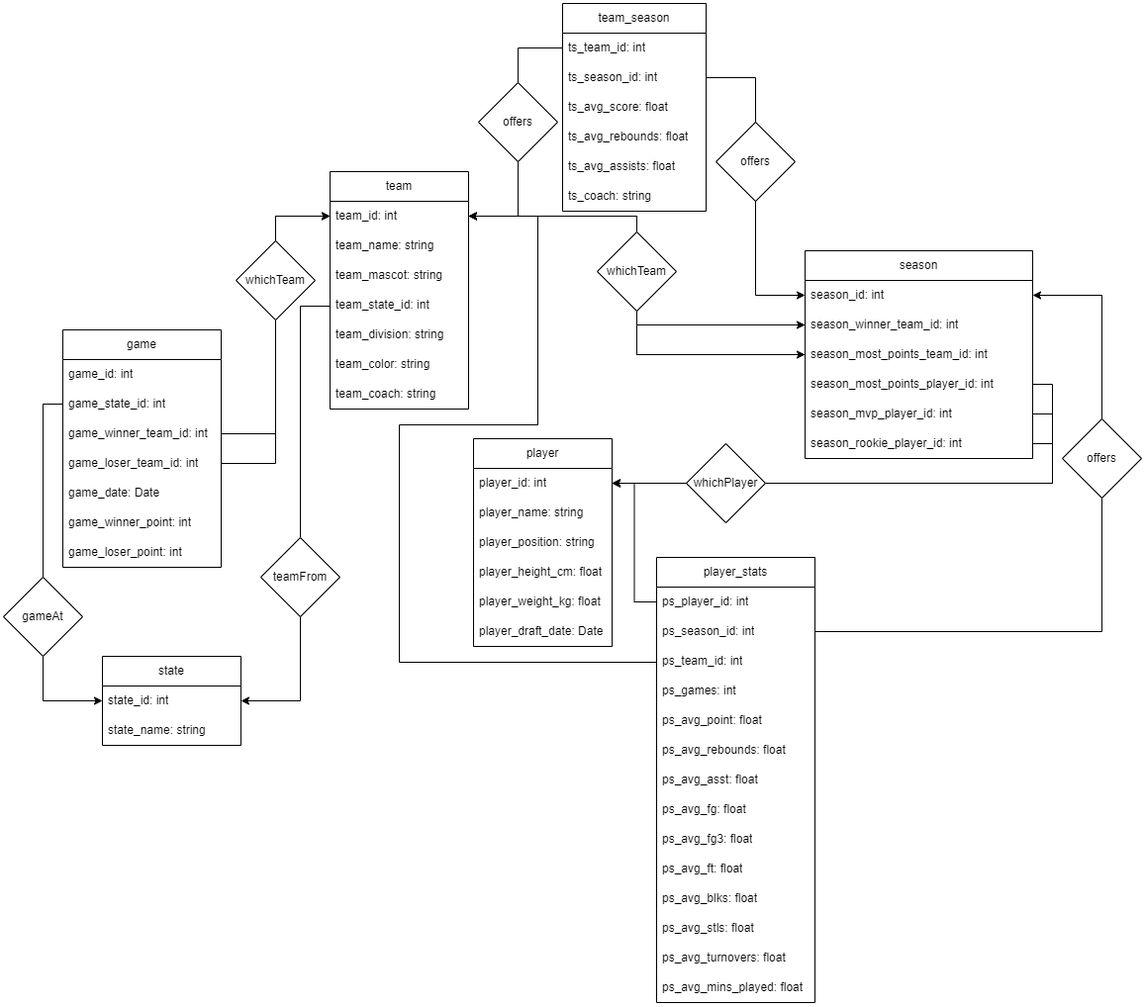
Fin-NewWin/cse111-project keeps this draw.io diagram as er_diagram.drawio.png. Above is the earlier version. Source tidied: cells renumbered, new cells last; positions are measured from the earlier drawing's top-left corner, leaving out a move shared by most shapes.
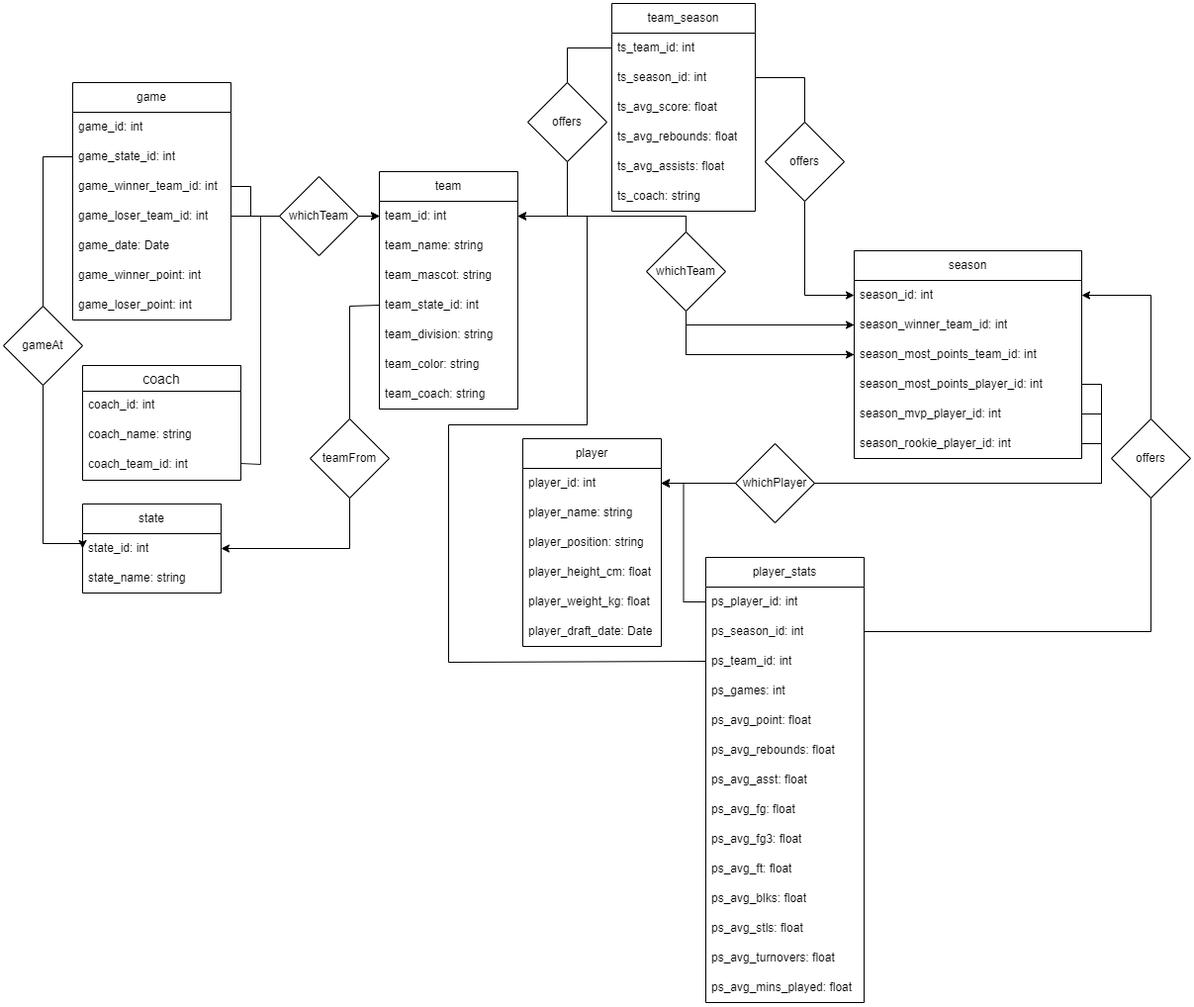
Above is the later version.

Change to the diagram source:
```diff
@@ -48,7 +48,7 @@
       <mxGeometry y="180" width="140" height="30" as="geometry" />
     </mxCell>
     <mxCell id="17" value="game" style="swimlane;fontStyle=0;horizontal=1;startSize=30;whiteSpace=wrap;html=1;" parent="1" vertex="1">
-      <mxGeometry x="60" y="330" width="160" height="240" as="geometry" />
+      <mxGeometry x="20" y="80" width="160" height="240" as="geometry" />
     </mxCell>
     <mxCell id="18" value="game_id: int" style="text;strokeColor=none;fillColor=none;align=left;verticalAlign=middle;spacingLeft=4;spacingRight=4;overflow=hidden;whiteSpace=wrap;html=1;" parent="17" vertex="1">
       <mxGeometry y="30" width="160" height="30" as="geometry" />
@@ -72,7 +72,12 @@
       <mxGeometry y="210" width="160" height="30" as="geometry" />
     </mxCell>
     <mxCell id="25" style="edgeStyle=orthogonalEdgeStyle;rounded=0;jettySize=auto;html=1;exitX=1;exitY=0.5;exitDx=0;exitDy=0;entryX=0;entryY=0.5;entryDx=0;entryDy=0;" parent="1" edge="1" source="20" target="3">
-      <mxGeometry relative="1" as="geometry" />
+      <mxGeometry relative="1" as="geometry">
+        <Array as="points">
+          <mxPoint x="200" y="185" />
+          <mxPoint x="200" y="215" />
+        </Array>
+      </mxGeometry>
     </mxCell>
     <mxCell id="26" style="edgeStyle=orthogonalEdgeStyle;rounded=0;jettySize=auto;html=1;exitX=1;exitY=0.5;exitDx=0;exitDy=0;entryX=0;entryY=0.5;entryDx=0;entryDy=0;" parent="1" edge="1" source="21" target="3">
       <mxGeometry relative="1" as="geometry" />
@@ -147,7 +152,7 @@
       <mxGeometry relative="1" as="geometry" />
     </mxCell>
     <mxCell id="50" value="state" style="swimlane;fontStyle=0;horizontal=1;startSize=30;whiteSpace=wrap;html=1;" parent="1" vertex="1">
-      <mxGeometry x="100" y="660" width="140" height="90" as="geometry" />
+      <mxGeometry x="30" y="506" width="140" height="90" as="geometry" />
     </mxCell>
     <mxCell id="51" value="state_id: int" style="text;strokeColor=none;fillColor=none;align=left;verticalAlign=middle;spacingLeft=4;spacingRight=4;overflow=hidden;points=[[0,0.5],[1,0.5]];portConstraint=eastwest;whiteSpace=wrap;html=1;" parent="50" vertex="1">
       <mxGeometry y="30" width="140" height="30" as="geometry" />
@@ -158,9 +163,8 @@
     <mxCell id="53" style="edgeStyle=orthogonalEdgeStyle;rounded=0;jettySize=auto;html=1;exitX=0;exitY=0.5;exitDx=0;exitDy=0;entryX=1;entryY=0.5;entryDx=0;entryDy=0;" parent="1" edge="1" source="6" target="51">
       <mxGeometry relative="1" as="geometry">
         <Array as="points">
-          <mxPoint x="330" y="306" />
           <mxPoint x="300" y="306" />
-          <mxPoint x="300" y="705" />
+          <mxPoint x="300" y="551" />
         </Array>
       </mxGeometry>
     </mxCell>
@@ -218,13 +222,19 @@
       <mxGeometry relative="1" as="geometry" />
     </mxCell>
     <mxCell id="70" style="edgeStyle=orthogonalEdgeStyle;rounded=0;jettySize=auto;html=1;exitX=0;exitY=0.5;exitDx=0;exitDy=0;entryX=0;entryY=0.5;entryDx=0;entryDy=0;" parent="1" edge="1" source="19" target="51">
-      <mxGeometry relative="1" as="geometry" />
+      <mxGeometry relative="1" as="geometry">
+        <Array as="points">
+          <mxPoint x="-10" y="155" />
+          <mxPoint x="-10" y="546" />
+          <mxPoint x="30" y="546" />
+        </Array>
+      </mxGeometry>
     </mxCell>
     <mxCell id="71" value="gameAt" style="rhombus;whiteSpace=wrap;html=1;" parent="1" vertex="1">
-      <mxGeometry y="580" width="80" height="80" as="geometry" />
+      <mxGeometry x="-50" y="306" width="80" height="80" as="geometry" />
     </mxCell>
     <mxCell id="72" value="teamFrom" style="rhombus;whiteSpace=wrap;html=1;" parent="1" vertex="1">
-      <mxGeometry x="260" y="540" width="80" height="80" as="geometry" />
+      <mxGeometry x="260" y="420" width="80" height="80" as="geometry" />
     </mxCell>
     <mxCell id="73" style="edgeStyle=orthogonalEdgeStyle;rounded=0;jettySize=auto;html=1;exitX=0;exitY=0.5;exitDx=0;exitDy=0;strokeColor=default;endArrow=none;endFill=0;strokeWidth=1;endSize=6;" parent="1" edge="1" source="30">
       <mxGeometry relative="1" as="geometry">
@@ -258,11 +268,34 @@
     <mxCell id="78" value="whichTeam" style="rhombus;whiteSpace=wrap;html=1;" parent="1" vertex="1">
       <mxGeometry x="600" y="231" width="80" height="80" as="geometry" />
     </mxCell>
+    <mxCell id="80" value="offers" style="rhombus;whiteSpace=wrap;html=1;" parent="1" vertex="1">
+      <mxGeometry x="480" y="80" width="80" height="80" as="geometry" />
+    </mxCell>
+    <mxCell id="81" value="coach" style="swimlane;fontStyle=0;horizontal=1;startSize=26;align=center;fontSize=14;" parent="1" vertex="1">
+      <mxGeometry x="30" y="366" width="160" height="116" as="geometry" />
+    </mxCell>
+    <mxCell id="82" value="coach_id: int" style="text;strokeColor=none;fillColor=none;spacingLeft=4;spacingRight=4;overflow=hidden;fontSize=12;whiteSpace=wrap;html=1;" parent="81" vertex="1">
+      <mxGeometry y="26" width="160" height="30" as="geometry" />
+    </mxCell>
+    <mxCell id="83" value="coach_name: string" style="text;strokeColor=none;fillColor=none;spacingLeft=4;spacingRight=4;overflow=hidden;fontSize=12;whiteSpace=wrap;html=1;" parent="81" vertex="1">
+      <mxGeometry y="56" width="160" height="30" as="geometry" />
+    </mxCell>
+    <mxCell id="84" value="coach_team_id: int" style="text;strokeColor=none;fillColor=none;spacingLeft=4;spacingRight=4;overflow=hidden;fontSize=12;whiteSpace=wrap;html=1;" parent="81" vertex="1">
+      <mxGeometry y="86" width="160" height="30" as="geometry" />
+    </mxCell>
+    <mxCell id="85" style="edgeStyle=orthogonalEdgeStyle;rounded=0;orthogonalLoop=1;jettySize=auto;html=1;entryX=0;entryY=0.356;entryDx=0;entryDy=0;entryPerimeter=0;strokeWidth=0.9;" parent="1" edge="1">
+      <mxGeometry relative="1" as="geometry">
+        <mxPoint x="190" y="465" as="sourcePoint" />
+        <mxPoint x="330" y="214.7" as="targetPoint" />
+        <Array as="points">
+          <mxPoint x="210" y="466" />
+          <mxPoint x="210" y="215" />
+          <mxPoint x="330" y="215" />
+        </Array>
+      </mxGeometry>
+    </mxCell>
     <mxCell id="79" value="whichTeam" style="rhombus;whiteSpace=wrap;html=1;" parent="1" vertex="1">
-      <mxGeometry x="235" y="240" width="80" height="80" as="geometry" />
+      <mxGeometry x="229" y="175" width="80" height="80" as="geometry" />
     </mxCell>
-    <mxCell id="80" value="offers" style="rhombus;whiteSpace=wrap;html=1;" parent="1" vertex="1">
-      <mxGeometry x="480" y="80" width="80" height="80" as="geometry" />
-    </mxCell>
   </root>
 </mxGraphModel>
```
